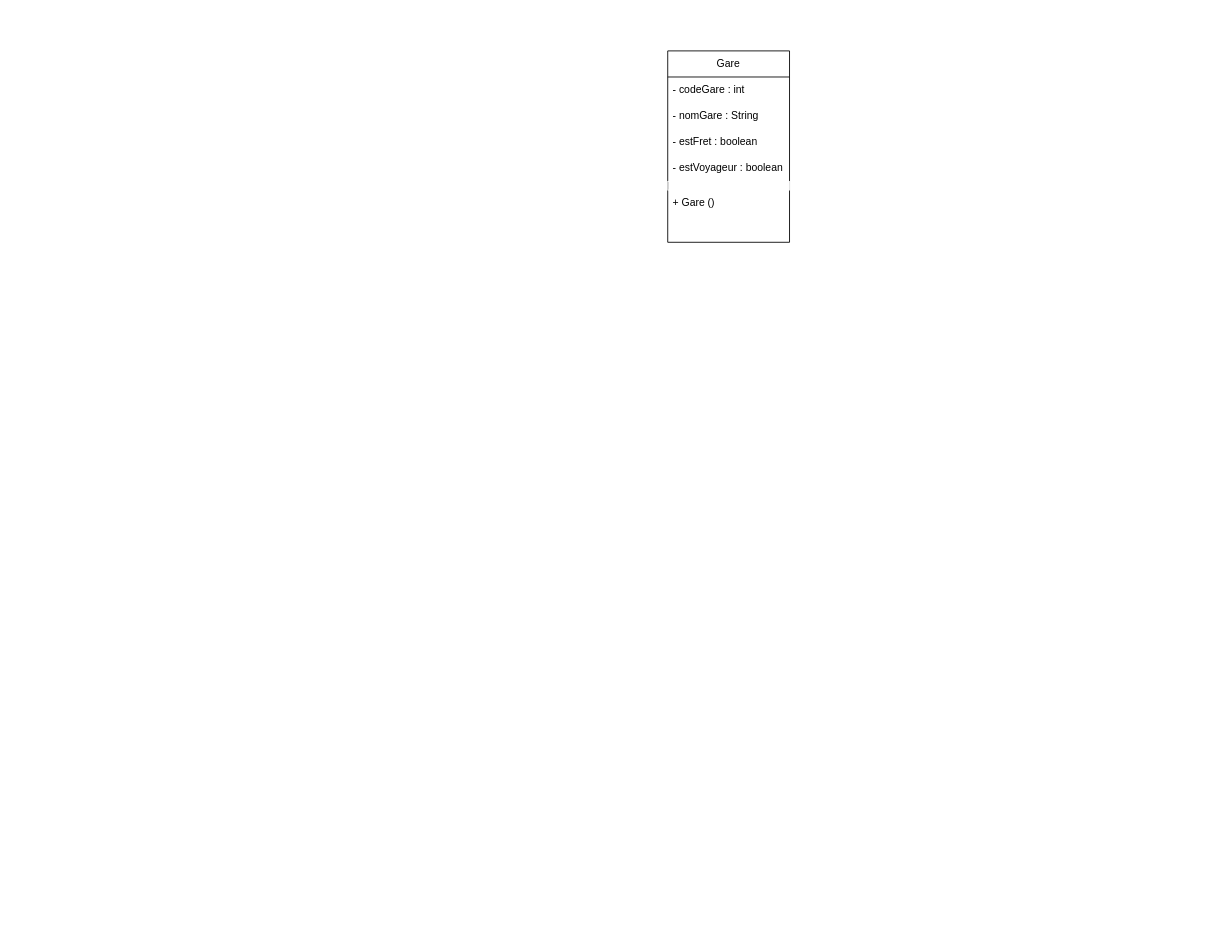
Matthhe00/Attrac-Ty-Breizh keeps this draw.io diagram as Projet/POO/DiagrammeDeClasse.drawio. Above is the earlier version. Source tidied: cells renumbered, new cells numbered last; positions are measured from the earlier drawing's top-left corner, leaving out a move shared by most shapes. Both pictures are drawn from the tidied source at 87%, with x=0, y=0 at pixel (667, 50).
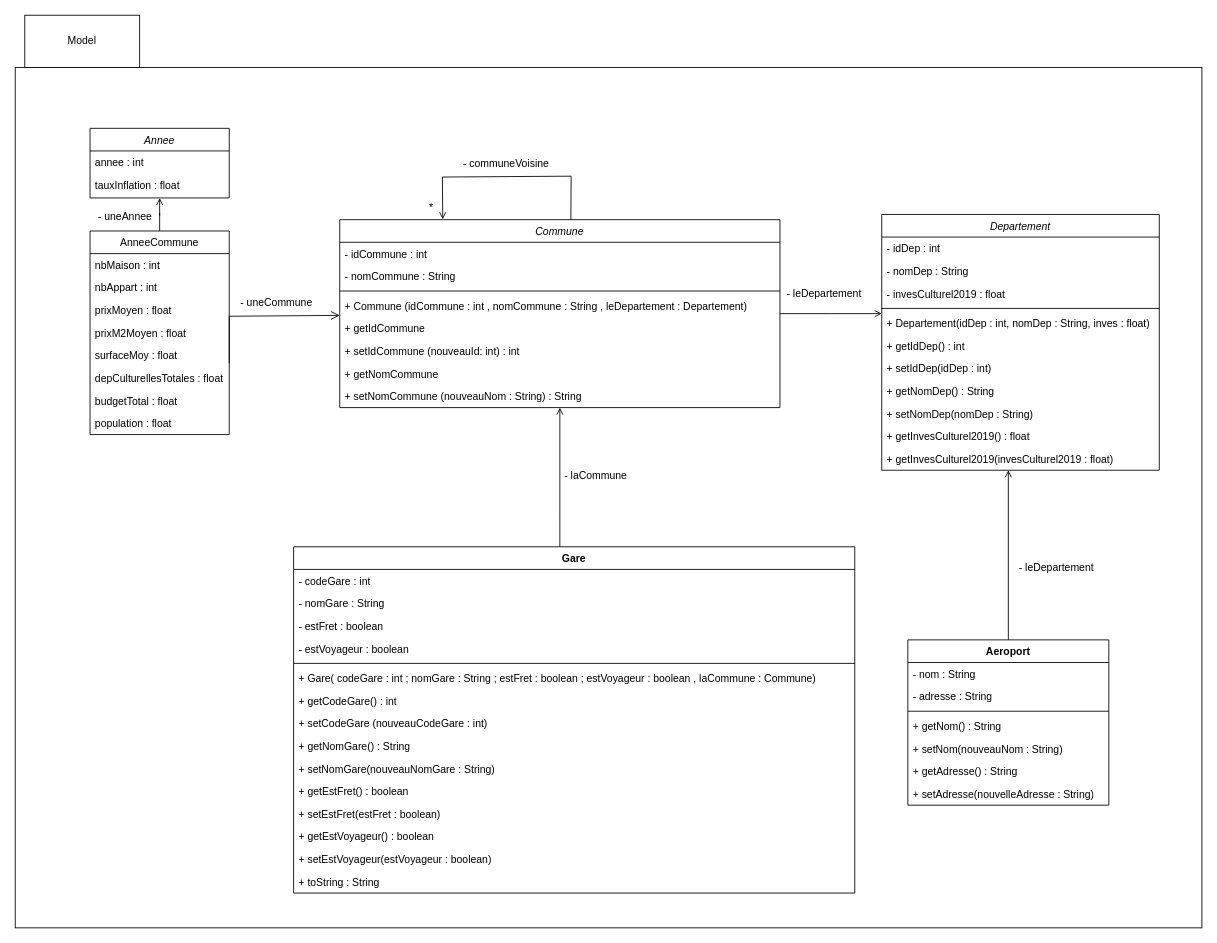
Above is the later version.

What changed in the source:
```diff
@@
+    <mxCell id="9" style="group;" parent="1" vertex="1">
+      <mxGeometry x="-750" y="-41" width="1364" height="1049" as="geometry" />
+    </mxCell>
+    <mxCell id="10" style="rounded=0;whiteSpace=wrap;html=1;fillColor=none;" parent="9" vertex="1">
+      <mxGeometry y="60" width="1364" height="989" as="geometry" />
+    </mxCell>
+    <mxCell id="11" value="Model" style="rounded=0;whiteSpace=wrap;html=1;" parent="9" vertex="1">
+      <mxGeometry x="11" width="132" height="60" as="geometry" />
+    </mxCell>
+    <mxCell id="12" value="- communeVoisine" style="text;html=1;align=center;verticalAlign=middle;" parent="9" vertex="1">
+      <mxGeometry x="504" y="156" width="120" height="30" as="geometry" />
+    </mxCell>
+    <mxCell id="13" value="*" style="text;html=1;align=center;verticalAlign=middle;whiteSpace=wrap;rounded=0;" parent="9" vertex="1">
+      <mxGeometry x="472" y="210" width="13" height="21" as="geometry" />
+    </mxCell>
+    <mxCell id="14" value="AnneeCommune" style="swimlane;fontStyle=0;align=center;verticalAlign=top;horizontal=1;startSize=26;rounded=0;shadow=0;strokeWidth=1;" parent="9" vertex="1">
+      <mxGeometry x="86" y="248" width="160" height="234" as="geometry" />
+    </mxCell>
+    <mxCell id="15" value="nbMaison : int" style="text;align=left;verticalAlign=top;spacingLeft=4;spacingRight=4;overflow=hidden;" parent="14" vertex="1">
+      <mxGeometry y="26" width="160" height="26" as="geometry" />
+    </mxCell>
+    <mxCell id="16" value="nbAppart : int" style="text;align=left;verticalAlign=top;spacingLeft=4;spacingRight=4;overflow=hidden;rounded=0;shadow=0;html=0;" parent="14" vertex="1">
+      <mxGeometry y="52" width="160" height="26" as="geometry" />
+    </mxCell>
+    <mxCell id="17" value="prixMoyen : float" style="text;align=left;verticalAlign=top;spacingLeft=4;spacingRight=4;overflow=hidden;rounded=0;shadow=0;html=0;" parent="14" vertex="1">
+      <mxGeometry y="78" width="160" height="26" as="geometry" />
+    </mxCell>
+    <mxCell id="18" value="prixM2Moyen : float" style="text;align=left;verticalAlign=top;spacingLeft=4;spacingRight=4;overflow=hidden;rounded=0;shadow=0;html=0;" parent="14" vertex="1">
+      <mxGeometry y="104" width="160" height="26" as="geometry" />
+    </mxCell>
+    <mxCell id="19" value="surfaceMoy : float" style="text;align=left;verticalAlign=top;spacingLeft=4;spacingRight=4;overflow=hidden;rounded=0;shadow=0;html=0;" parent="14" vertex="1">
+      <mxGeometry y="130" width="160" height="26" as="geometry" />
+    </mxCell>
+    <mxCell id="20" value="depCulturellesTotales : float" style="text;align=left;verticalAlign=top;spacingLeft=4;spacingRight=4;overflow=hidden;rounded=0;shadow=0;html=0;" parent="14" vertex="1">
+      <mxGeometry y="156" width="160" height="26" as="geometry" />
+    </mxCell>
+    <mxCell id="21" value="budgetTotal : float" style="text;align=left;verticalAlign=top;spacingLeft=4;spacingRight=4;overflow=hidden;rounded=0;shadow=0;html=0;" parent="14" vertex="1">
+      <mxGeometry y="182" width="160" height="26" as="geometry" />
+    </mxCell>
+    <mxCell id="22" value="population : float" style="text;align=left;verticalAlign=top;spacingLeft=4;spacingRight=4;overflow=hidden;rounded=0;shadow=0;html=0;" parent="14" vertex="1">
+      <mxGeometry y="208" width="160" height="26" as="geometry" />
+    </mxCell>
+    <mxCell id="23" value="- uneCommune" style="text;html=1;align=center;verticalAlign=middle;strokeColor=none;fillColor=none;" parent="9" vertex="1">
+      <mxGeometry x="249" y="318" width="101" height="26" as="geometry" />
+    </mxCell>
-    <mxCell id="2" value="Gare" style="swimlane;fontStyle=0;horizontal=1;startSize=30;whiteSpace=wrap;html=1;" parent="1" vertex="1">
-      <mxGeometry width="140" height="220" as="geometry" />
+    <mxCell id="2" value="Gare" style="swimlane;fontStyle=1;align=center;verticalAlign=top;horizontal=1;startSize=26;whiteSpace=wrap;html=1;" parent="9" vertex="1">
+      <mxGeometry x="320" y="611" width="645" height="398" as="geometry" />
     </mxCell>
-    <mxCell id="3" value="- codeGare : int" style="text;strokeColor=none;fillColor=none;align=left;verticalAlign=middle;spacingLeft=4;spacingRight=4;overflow=hidden;whiteSpace=wrap;html=1;" parent="2" vertex="1">
-      <mxGeometry y="30" width="140" height="30" as="geometry" />
+    <mxCell id="3" value="- codeGare : int" style="text;align=left;verticalAlign=top;spacingLeft=4;spacingRight=4;overflow=hidden;whiteSpace=wrap;html=1;" parent="2" vertex="1">
+      <mxGeometry y="26" width="645" height="26" as="geometry" />
     </mxCell>
-    <mxCell id="4" value="- nomGare : String" style="text;strokeColor=none;fillColor=none;align=left;verticalAlign=middle;spacingLeft=4;spacingRight=4;overflow=hidden;whiteSpace=wrap;html=1;" parent="2" vertex="1">
-      <mxGeometry y="60" width="140" height="30" as="geometry" />
+    <mxCell id="4" value="- nomGare : String" style="text;align=left;verticalAlign=top;spacingLeft=4;spacingRight=4;overflow=hidden;whiteSpace=wrap;html=1;" parent="2" vertex="1">
+      <mxGeometry y="52" width="645" height="26" as="geometry" />
     </mxCell>
-    <mxCell id="5" value="- estFret : boolean" style="text;strokeColor=none;fillColor=none;align=left;verticalAlign=middle;spacingLeft=4;spacingRight=4;overflow=hidden;whiteSpace=wrap;html=1;" parent="2" vertex="1">
-      <mxGeometry y="90" width="140" height="30" as="geometry" />
+    <mxCell id="5" value="&lt;div&gt;- estFret : boolean&lt;/div&gt;" style="text;align=left;verticalAlign=top;spacingLeft=4;spacingRight=4;overflow=hidden;whiteSpace=wrap;html=1;" parent="2" vertex="1">
+      <mxGeometry y="78" width="645" height="26" as="geometry" />
     </mxCell>
-    <mxCell id="6" value="- estVoyageur : boolean" style="text;strokeColor=none;fillColor=none;align=left;verticalAlign=middle;spacingLeft=4;spacingRight=4;overflow=hidden;whiteSpace=wrap;html=1;shadow=1;" parent="2" vertex="1">
-      <mxGeometry y="120" width="140" height="30" as="geometry" />
+    <mxCell id="6" value="&lt;div&gt;- estVoyageur : boolean&lt;/div&gt;" style="text;align=left;verticalAlign=top;spacingLeft=4;spacingRight=4;overflow=hidden;whiteSpace=wrap;html=1;" parent="2" vertex="1">
+      <mxGeometry y="104" width="645" height="26" as="geometry" />
     </mxCell>
-    <mxCell id="7" style="text;strokeColor=#FFFFFF;fillColor=none;align=left;verticalAlign=middle;spacingLeft=4;spacingRight=4;overflow=hidden;whiteSpace=wrap;html=1;shadow=0;" parent="2" vertex="1">
-      <mxGeometry y="150" width="140" height="10" as="geometry" />
-    </mxCell>
-    <mxCell id="8" value="+ Gare ()" style="text;strokeColor=none;fillColor=none;align=left;verticalAlign=middle;spacingLeft=4;spacingRight=4;overflow=hidden;whiteSpace=wrap;html=1;shadow=0;" parent="2" vertex="1">
-      <mxGeometry y="160" width="140" height="30" as="geometry" />
-    </mxCell>
-    <mxCell id="9" style="text;strokeColor=none;fillColor=none;align=left;verticalAlign=middle;spacingLeft=4;spacingRight=4;overflow=hidden;whiteSpace=wrap;html=1;shadow=0;" parent="2" vertex="1">
-      <mxGeometry y="190" width="140" height="30" as="geometry" />
-    </mxCell>
+    <mxCell id="24" style="line;strokeWidth=1;align=left;verticalAlign=middle;spacingTop=-1;spacingLeft=3;spacingRight=3;labelPosition=right;" parent="2" vertex="1">
+      <mxGeometry y="130" width="645" height="8" as="geometry" />
+    </mxCell>
+    <mxCell id="25" value="+ Gare( codeGare : int ; nomGare : String ; estFret : boolean ; estVoyageur : boolean , laCommune : Commune)" style="text;align=left;verticalAlign=top;spacingLeft=4;spacingRight=4;overflow=hidden;whiteSpace=wrap;html=1;" parent="2" vertex="1">
+      <mxGeometry y="138" width="645" height="26" as="geometry" />
+    </mxCell>
+    <mxCell id="26" value="&lt;div&gt;+ getCodeGare() : int&lt;/div&gt;" style="text;align=left;verticalAlign=top;spacingLeft=4;spacingRight=4;overflow=hidden;whiteSpace=wrap;html=1;" parent="2" vertex="1">
+      <mxGeometry y="164" width="645" height="26" as="geometry" />
+    </mxCell>
+    <mxCell id="27" value="&lt;div&gt;+ setCodeGare (nouveauCodeGare : int)&lt;/div&gt;" style="text;align=left;verticalAlign=top;spacingLeft=4;spacingRight=4;overflow=hidden;whiteSpace=wrap;html=1;" parent="2" vertex="1">
+      <mxGeometry y="190" width="645" height="26" as="geometry" />
+    </mxCell>
+    <mxCell id="28" value="&lt;div&gt;+ getNomGare() : String&lt;/div&gt;" style="text;align=left;verticalAlign=top;spacingLeft=4;spacingRight=4;overflow=hidden;whiteSpace=wrap;html=1;" parent="2" vertex="1">
+      <mxGeometry y="216" width="645" height="26" as="geometry" />
+    </mxCell>
+    <mxCell id="29" value="&lt;div&gt;+ setNomGare(nouveauNomGare : String)&lt;/div&gt;" style="text;align=left;verticalAlign=top;spacingLeft=4;spacingRight=4;overflow=hidden;whiteSpace=wrap;html=1;" parent="2" vertex="1">
+      <mxGeometry y="242" width="645" height="26" as="geometry" />
+    </mxCell>
+    <mxCell id="30" value="+ getEstFret() : boolean&amp;nbsp;" style="text;align=left;verticalAlign=top;spacingLeft=4;spacingRight=4;overflow=hidden;whiteSpace=wrap;html=1;" parent="2" vertex="1">
+      <mxGeometry y="268" width="645" height="26" as="geometry" />
+    </mxCell>
+    <mxCell id="31" value="+ setEstFret(estFret : boolean)" style="text;align=left;verticalAlign=top;spacingLeft=4;spacingRight=4;overflow=hidden;whiteSpace=wrap;html=1;" parent="2" vertex="1">
+      <mxGeometry y="294" width="645" height="26" as="geometry" />
+    </mxCell>
+    <mxCell id="32" value="+ getEstVoyageur() : boolean" style="text;align=left;verticalAlign=top;spacingLeft=4;spacingRight=4;overflow=hidden;whiteSpace=wrap;html=1;" parent="2" vertex="1">
+      <mxGeometry y="320" width="645" height="26" as="geometry" />
+    </mxCell>
+    <mxCell id="33" value="+ setEstVoyageur(estVoyageur : boolean)" style="text;align=left;verticalAlign=top;spacingLeft=4;spacingRight=4;overflow=hidden;whiteSpace=wrap;html=1;" parent="2" vertex="1">
+      <mxGeometry y="346" width="645" height="26" as="geometry" />
+    </mxCell>
+    <mxCell id="34" value="+ toString : String" style="text;align=left;verticalAlign=top;spacingLeft=4;spacingRight=4;overflow=hidden;whiteSpace=wrap;html=1;" parent="2" vertex="1">
+      <mxGeometry y="372" width="645" height="26" as="geometry" />
+    </mxCell>
+    <mxCell id="35" value="- laCommune" style="text;html=1;align=center;verticalAlign=middle;" parent="9" vertex="1">
+      <mxGeometry x="617" y="514" width="100" height="30" as="geometry" />
+    </mxCell>
+    <mxCell id="36" value="Commune" style="swimlane;fontStyle=2;align=center;verticalAlign=top;horizontal=1;startSize=26;rounded=0;shadow=0;strokeWidth=1;" parent="1" vertex="1">
+      <mxGeometry x="-377" y="194" width="506" height="216" as="geometry" />
+    </mxCell>
+    <mxCell id="37" value="- idCommune : int" style="text;align=left;verticalAlign=top;spacingLeft=4;spacingRight=4;overflow=hidden;" parent="36" vertex="1">
+      <mxGeometry y="26" width="506" height="26" as="geometry" />
+    </mxCell>
+    <mxCell id="38" value="- nomCommune : String" style="text;align=left;verticalAlign=top;spacingLeft=4;spacingRight=4;overflow=hidden;rounded=0;shadow=0;html=0;" parent="36" vertex="1">
+      <mxGeometry y="52" width="506" height="26" as="geometry" />
+    </mxCell>
+    <mxCell id="39" style="line;html=1;strokeWidth=1;align=left;verticalAlign=middle;spacingTop=-1;spacingLeft=3;spacingRight=3;labelPosition=right;" parent="36" vertex="1">
+      <mxGeometry y="78" width="506" height="8" as="geometry" />
+    </mxCell>
+    <mxCell id="40" value="+ Commune (idCommune : int , nomCommune : String , leDepartement : Departement)" style="text;align=left;verticalAlign=top;spacingLeft=4;spacingRight=4;overflow=hidden;" parent="36" vertex="1">
+      <mxGeometry y="86" width="506" height="26" as="geometry" />
+    </mxCell>
+    <mxCell id="41" value="+ getIdCommune" style="text;align=left;verticalAlign=top;spacingLeft=4;spacingRight=4;overflow=hidden;" parent="36" vertex="1">
+      <mxGeometry y="112" width="506" height="26" as="geometry" />
+    </mxCell>
+    <mxCell id="42" value="+ setIdCommune (nouveauId: int) : int" style="text;align=left;verticalAlign=top;spacingLeft=4;spacingRight=4;overflow=hidden;" parent="36" vertex="1">
+      <mxGeometry y="138" width="506" height="26" as="geometry" />
+    </mxCell>
+    <mxCell id="43" value="+ getNomCommune" style="text;align=left;verticalAlign=top;spacingLeft=4;spacingRight=4;overflow=hidden;" parent="36" vertex="1">
+      <mxGeometry y="164" width="506" height="26" as="geometry" />
+    </mxCell>
+    <mxCell id="44" value="+ setNomCommune (nouveauNom : String) : String" style="text;align=left;verticalAlign=top;spacingLeft=4;spacingRight=4;overflow=hidden;" parent="36" vertex="1">
+      <mxGeometry y="190" width="506" height="26" as="geometry" />
+    </mxCell>
+    <mxCell id="45" value="Departement" style="swimlane;fontStyle=2;align=center;verticalAlign=top;horizontal=1;startSize=26;rounded=0;shadow=0;strokeWidth=1;" parent="1" vertex="1">
+      <mxGeometry x="246" y="188" width="319" height="294" as="geometry" />
+    </mxCell>
+    <mxCell id="46" value="- idDep : int" style="text;align=left;verticalAlign=top;spacingLeft=4;spacingRight=4;overflow=hidden;" parent="45" vertex="1">
+      <mxGeometry y="26" width="319" height="26" as="geometry" />
+    </mxCell>
+    <mxCell id="47" value="- nomDep : String" style="text;align=left;verticalAlign=top;spacingLeft=4;spacingRight=4;overflow=hidden;rounded=0;shadow=0;html=0;" parent="45" vertex="1">
+      <mxGeometry y="52" width="319" height="26" as="geometry" />
+    </mxCell>
+    <mxCell id="48" value="- invesCulturel2019 : float" style="text;align=left;verticalAlign=top;spacingLeft=4;spacingRight=4;overflow=hidden;rounded=0;shadow=0;html=0;" parent="45" vertex="1">
+      <mxGeometry y="78" width="319" height="26" as="geometry" />
+    </mxCell>
+    <mxCell id="49" style="line;strokeWidth=1;align=left;verticalAlign=middle;spacingTop=-1;spacingLeft=3;spacingRight=3;labelPosition=right;" parent="45" vertex="1">
+      <mxGeometry y="104" width="319" height="8" as="geometry" />
+    </mxCell>
+    <mxCell id="50" value="+ Departement(idDep : int, nomDep : String, inves : float)&#10;" style="text;align=left;verticalAlign=top;spacingLeft=4;spacingRight=4;overflow=hidden;rounded=0;shadow=0;html=0;" parent="45" vertex="1">
+      <mxGeometry y="112" width="319" height="26" as="geometry" />
+    </mxCell>
+    <mxCell id="51" value="+ getIdDep() : int" style="text;align=left;verticalAlign=top;spacingLeft=4;spacingRight=4;overflow=hidden;rounded=0;shadow=0;html=0;" parent="45" vertex="1">
+      <mxGeometry y="138" width="319" height="26" as="geometry" />
+    </mxCell>
+    <mxCell id="52" value="+ setIdDep(idDep : int)" style="text;align=left;verticalAlign=top;spacingLeft=4;spacingRight=4;overflow=hidden;rounded=0;shadow=0;html=0;" parent="45" vertex="1">
+      <mxGeometry y="164" width="319" height="26" as="geometry" />
+    </mxCell>
+    <mxCell id="53" value="+ getNomDep() : String" style="text;align=left;verticalAlign=top;spacingLeft=4;spacingRight=4;overflow=hidden;rounded=0;shadow=0;html=0;" parent="45" vertex="1">
+      <mxGeometry y="190" width="319" height="26" as="geometry" />
+    </mxCell>
+    <mxCell id="54" value="+ setNomDep(nomDep : String)" style="text;align=left;verticalAlign=top;spacingLeft=4;spacingRight=4;overflow=hidden;rounded=0;shadow=0;html=0;" parent="45" vertex="1">
+      <mxGeometry y="216" width="319" height="26" as="geometry" />
+    </mxCell>
+    <mxCell id="55" value="+ getInvesCulturel2019() : float" style="text;align=left;verticalAlign=top;spacingLeft=4;spacingRight=4;overflow=hidden;rounded=0;shadow=0;html=0;" parent="45" vertex="1">
+      <mxGeometry y="242" width="319" height="26" as="geometry" />
+    </mxCell>
+    <mxCell id="56" value="+ getInvesCulturel2019(invesCulturel2019 : float)" style="text;align=left;verticalAlign=top;spacingLeft=4;spacingRight=4;overflow=hidden;rounded=0;shadow=0;html=0;" parent="45" vertex="1">
+      <mxGeometry y="268" width="319" height="26" as="geometry" />
+    </mxCell>
+    <mxCell id="57" style="endArrow=open;shadow=0;strokeWidth=1;rounded=0;curved=0;endFill=1;edgeStyle=elbowEdgeStyle;elbow=vertical;" parent="1" edge="1" source="36" target="45">
+      <mxGeometry x="0.5" y="41" relative="1" as="geometry">
+        <mxPoint x="-40" y="32" as="offset" />
+      </mxGeometry>
+    </mxCell>
+    <mxCell id="58" style="endArrow=open;html=1;rounded=0;exitX=0.525;exitY=0;exitDx=0;exitDy=0;exitPerimeter=0;endFill=0;entryX=0.234;entryY=-0.002;entryDx=0;entryDy=0;entryPerimeter=0;" parent="1" edge="1" source="36" target="36">
+      <mxGeometry relative="1" as="geometry">
+        <Array as="points">
+          <mxPoint x="-111" y="144" />
+          <mxPoint x="-259" y="145" />
+        </Array>
+      </mxGeometry>
+    </mxCell>
+    <mxCell id="59" value="Aeroport" style="swimlane;fontStyle=1;align=center;verticalAlign=top;horizontal=1;startSize=26;whiteSpace=wrap;html=1;" parent="1" vertex="1">
+      <mxGeometry x="276" y="677" width="231" height="190" as="geometry" />
+    </mxCell>
+    <mxCell id="60" value="- nom : String" style="text;align=left;verticalAlign=top;spacingLeft=4;spacingRight=4;overflow=hidden;whiteSpace=wrap;html=1;" parent="59" vertex="1">
+      <mxGeometry y="26" width="231" height="26" as="geometry" />
+    </mxCell>
+    <mxCell id="61" value="- adresse : String" style="text;align=left;verticalAlign=top;spacingLeft=4;spacingRight=4;overflow=hidden;whiteSpace=wrap;html=1;" parent="59" vertex="1">
+      <mxGeometry y="52" width="231" height="26" as="geometry" />
+    </mxCell>
+    <mxCell id="62" style="line;strokeWidth=1;align=left;verticalAlign=middle;spacingTop=-1;spacingLeft=3;spacingRight=3;labelPosition=right;" parent="59" vertex="1">
+      <mxGeometry y="78" width="231" height="8" as="geometry" />
+    </mxCell>
+    <mxCell id="63" value="&lt;div&gt;+ getNom() : String&lt;/div&gt;" style="text;align=left;verticalAlign=top;spacingLeft=4;spacingRight=4;overflow=hidden;whiteSpace=wrap;html=1;" parent="59" vertex="1">
+      <mxGeometry y="86" width="231" height="26" as="geometry" />
+    </mxCell>
+    <mxCell id="64" value="&lt;div&gt;+ setNom(nouveauNom : String)&lt;/div&gt;" style="text;align=left;verticalAlign=top;spacingLeft=4;spacingRight=4;overflow=hidden;whiteSpace=wrap;html=1;" parent="59" vertex="1">
+      <mxGeometry y="112" width="231" height="26" as="geometry" />
+    </mxCell>
+    <mxCell id="65" value="+ getAdresse() : String" style="text;align=left;verticalAlign=top;spacingLeft=4;spacingRight=4;overflow=hidden;whiteSpace=wrap;html=1;" parent="59" vertex="1">
+      <mxGeometry y="138" width="231" height="26" as="geometry" />
+    </mxCell>
+    <mxCell id="66" value="+ setAdresse(nouvelleAdresse : String)" style="text;align=left;verticalAlign=top;spacingLeft=4;spacingRight=4;overflow=hidden;whiteSpace=wrap;html=1;" parent="59" vertex="1">
+      <mxGeometry y="164" width="231" height="26" as="geometry" />
+    </mxCell>
+    <mxCell id="67" style="endArrow=open;shadow=0;strokeWidth=1;rounded=0;curved=0;endFill=1;edgeStyle=elbowEdgeStyle;elbow=vertical;" parent="1" edge="1" source="59" target="45">
+      <mxGeometry x="0.5" y="41" relative="1" as="geometry">
+        <Array as="points">
+          <mxPoint x="392" y="684" />
+        </Array>
+        <mxPoint x="-40" y="32" as="offset" />
+      </mxGeometry>
+    </mxCell>
+    <mxCell id="68" value="- leDepartement" style="text;html=1;align=center;verticalAlign=middle;whiteSpace=wrap;rounded=0;" parent="1" vertex="1">
+      <mxGeometry x="396" y="579" width="102" height="30" as="geometry" />
+    </mxCell>
+    <mxCell id="69" value="- leDepartement" style="text;html=1;align=center;verticalAlign=middle;whiteSpace=wrap;rounded=0;" parent="1" vertex="1">
+      <mxGeometry x="129" y="264" width="102" height="30" as="geometry" />
+    </mxCell>
+    <mxCell id="70" value="Annee" style="swimlane;fontStyle=2;align=center;verticalAlign=top;horizontal=1;startSize=26;rounded=0;shadow=0;strokeWidth=1;" parent="1" vertex="1">
+      <mxGeometry x="-664" y="89" width="160" height="80" as="geometry" />
+    </mxCell>
+    <mxCell id="71" value="annee : int" style="text;align=left;verticalAlign=top;spacingLeft=4;spacingRight=4;overflow=hidden;" parent="70" vertex="1">
+      <mxGeometry y="26" width="160" height="26" as="geometry" />
+    </mxCell>
+    <mxCell id="72" value="tauxInflation : float" style="text;align=left;verticalAlign=top;spacingLeft=4;spacingRight=4;overflow=hidden;rounded=0;shadow=0;html=0;" parent="70" vertex="1">
+      <mxGeometry y="52" width="160" height="26" as="geometry" />
+    </mxCell>
+    <mxCell id="73" style="edgeStyle=orthogonalEdgeStyle;rounded=0;jettySize=auto;html=1;endArrow=open;endFill=0;" parent="1" edge="1" source="14" target="70">
+      <mxGeometry relative="1" as="geometry" />
+    </mxCell>
+    <mxCell id="74" style="edgeStyle=none;curved=0;rounded=0;jettySize=auto;html=1;fontSize=12;startSize=8;endSize=8;endArrow=open;endFill=0;strokeColor=default;" parent="1" edge="1" source="14" target="36">
+      <mxGeometry relative="1" as="geometry">
+        <Array as="points">
+          <mxPoint x="-504" y="359" />
+          <mxPoint x="-504" y="305" />
+        </Array>
+      </mxGeometry>
+    </mxCell>
+    <mxCell id="75" value="- uneAnnee" style="text;html=1;align=center;verticalAlign=middle;strokeColor=none;fillColor=none;" parent="1" vertex="1">
+      <mxGeometry x="-664" y="178" width="80" height="26" as="geometry" />
+    </mxCell>
+    <mxCell id="76" style="edgeStyle=orthogonalEdgeStyle;rounded=0;jettySize=auto;html=1;endArrow=open;endFill=0;" parent="1" edge="1" source="2" target="36">
+      <mxGeometry relative="1" as="geometry">
+        <Array as="points">
+          <mxPoint x="-124" y="531" />
+          <mxPoint x="-124" y="531" />
+        </Array>
+      </mxGeometry>
+    </mxCell>
```
